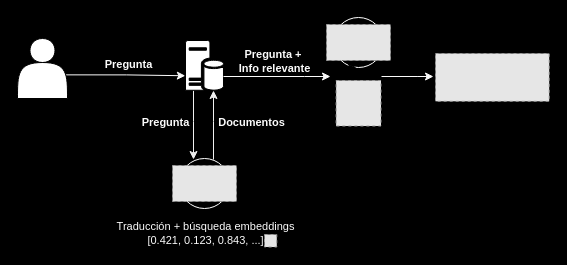
Earlier version of the draw.io diagram images/diagramas/rag_embeddings.drawio (AlbertoArostegui/memoria_tfg). Source tidied: cells renumbered, new cells numbered last; positions are measured from the earlier drawing's top-left corner, leaving out a move shared by most shapes. Both pictures are drawn from the tidied source at 100%, with x=0, y=0 at pixel (17, 17). Pictures stored in the file or linked from it are replaced by grey dashed boxes.
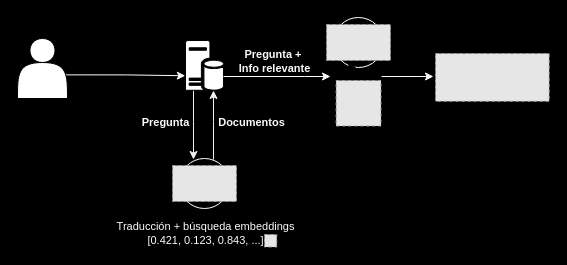
After the change.

The change refers to these unchanged cells:
```xml
<mxCell id="6" style="shape=actor;whiteSpace=wrap;html=1;" parent="1" vertex="1">
  <mxGeometry y="21" width="50" height="60" as="geometry" />
</mxCell>
```

Change to the diagram source:
```diff
@@
-    <mxCell id="3" style="edgeStyle=orthogonalEdgeStyle;rounded=0;jettySize=auto;html=1;" parent="1" edge="1" source="6">
-      <mxGeometry relative="1" as="geometry">
-        <mxPoint x="190" y="49" as="targetPoint" />
-        <Array as="points">
-          <mxPoint x="126" y="49" />
-          <mxPoint x="126" y="50" />
-          <mxPoint x="190" y="50" />
-        </Array>
-      </mxGeometry>
-    </mxCell>
-    <mxCell id="4" value="&lt;font style=&quot;&quot; color=&quot;#fcfcfc&quot;&gt;Pregunta&lt;/font&gt;" style="edgeLabel;html=1;align=center;verticalAlign=middle;fontStyle=1;labelBackgroundColor=none;" parent="3" vertex="1">
-      <mxGeometry x="-0.13" y="-1" relative="1" as="geometry">
-        <mxPoint x="-1" y="-4" as="offset" />
-      </mxGeometry>
-    </mxCell>
```
